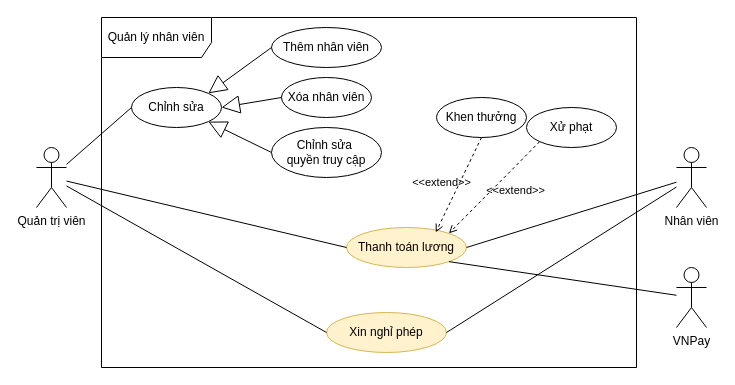
dvhAoU1374/IT3120-PTTKHT keeps this draw.io diagram as Use Case Diagram/xml/Quản-Lý-Nhân-Viên.drawio. Above is the earlier version. Source tidied: cells renumbered, new cells numbered last; positions are measured from the earlier drawing's top-left corner, leaving out a move shared by most shapes. Both pictures are drawn from the tidied source at 100%, with x=0, y=0 at pixel (36, 17).
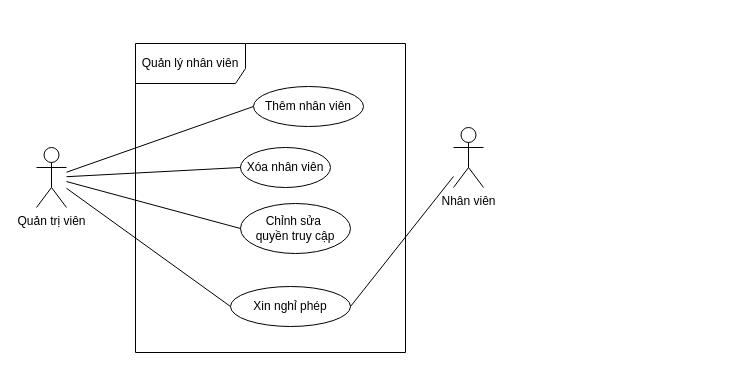
The same page after the edit.

Unchanged cells that the change refers to:
```xml
<mxCell id="16" value="Quản trị viên" style="shape=umlActor;verticalLabelPosition=bottom;verticalAlign=top;html=1;" parent="1" vertex="1">
  <mxGeometry y="130" width="30" height="60" as="geometry" />
</mxCell>
```

The edit, as a diff of the source:
```diff
@@
     <mxCell id="2" value="Quản lý nhân viên" style="shape=umlFrame;whiteSpace=wrap;html=1;width=110;height=40;" parent="1" vertex="1">
-      <mxGeometry x="65" width="535" height="350" as="geometry" />
+      <mxGeometry x="99" y="26" width="270" height="309" as="geometry" />
     </mxCell>
-    <mxCell id="3" value="Chỉnh sửa" style="ellipse;whiteSpace=wrap;html=1;" parent="2" vertex="1">
-      <mxGeometry x="30" y="70" width="90" height="40" as="geometry" />
-    </mxCell>
     <mxCell id="4" value="Thêm&amp;nbsp;&lt;span style=&quot;background-color: transparent; color: light-dark(rgb(0, 0, 0), rgb(255, 255, 255));&quot;&gt;nhân viên&lt;/span&gt;" style="ellipse;whiteSpace=wrap;html=1;" parent="2" vertex="1">
-      <mxGeometry x="170" y="10" width="110" height="40" as="geometry" />
+      <mxGeometry x="118" y="43" width="110" height="40" as="geometry" />
     </mxCell>
     <mxCell id="5" value="Xóa nhân viên" style="ellipse;whiteSpace=wrap;html=1;" parent="2" vertex="1">
-      <mxGeometry x="180" y="60" width="90" height="40" as="geometry" />
+      <mxGeometry x="105" y="104" width="90" height="40" as="geometry" />
     </mxCell>
     <mxCell id="6" value="Chỉnh sửa&amp;nbsp;&lt;div&gt;quyền truy cập&lt;/div&gt;" style="ellipse;whiteSpace=wrap;html=1;" parent="2" vertex="1">
-      <mxGeometry x="170" y="110" width="110" height="50" as="geometry" />
+      <mxGeometry x="105" y="160" width="110" height="50" as="geometry" />
     </mxCell>
-    <mxCell id="7" style="endArrow=block;endSize=16;endFill=0;html=1;rounded=0;exitX=0;exitY=0.5;exitDx=0;exitDy=0;entryX=1;entryY=1;entryDx=0;entryDy=0;" parent="2" edge="1" source="6" target="3">
-      <mxGeometry relative="1" as="geometry" />
-    </mxCell>
-    <mxCell id="8" style="endArrow=block;endSize=16;endFill=0;html=1;rounded=0;exitX=0;exitY=0.5;exitDx=0;exitDy=0;entryX=1;entryY=0.5;entryDx=0;entryDy=0;" parent="2" edge="1" source="5" target="3">
-      <mxGeometry relative="1" as="geometry" />
-    </mxCell>
-    <mxCell id="9" style="endArrow=block;endSize=16;endFill=0;html=1;rounded=0;exitX=0;exitY=0.5;exitDx=0;exitDy=0;entryX=1;entryY=0;entryDx=0;entryDy=0;" parent="2" edge="1" source="4" target="3">
-      <mxGeometry relative="1" as="geometry" />
-    </mxCell>
-    <mxCell id="10" value="Thanh toán lương" style="ellipse;whiteSpace=wrap;html=1;fillColor=#fff2cc;strokeColor=#d6b656;" parent="2" vertex="1">
-      <mxGeometry x="245" y="210" width="120" height="40" as="geometry" />
-    </mxCell>
-    <mxCell id="11" value="Xin nghỉ phép" style="ellipse;whiteSpace=wrap;html=1;fillColor=#fff2cc;strokeColor=#d6b656;" parent="2" vertex="1">
-      <mxGeometry x="225" y="295" width="120" height="40" as="geometry" />
+    <mxCell id="11" value="Xin nghỉ phép" style="ellipse;whiteSpace=wrap;html=1;" parent="2" vertex="1">
+      <mxGeometry x="95" y="243" width="120" height="40" as="geometry" />
     </mxCell>
-    <mxCell id="12" value="Khen thưởng" style="ellipse;whiteSpace=wrap;html=1;" parent="2" vertex="1">
-      <mxGeometry x="335" y="80" width="90" height="40" as="geometry" />
-    </mxCell>
-    <mxCell id="13" value="Xử phạt" style="ellipse;whiteSpace=wrap;html=1;" parent="2" vertex="1">
-      <mxGeometry x="425" y="90" width="90" height="40" as="geometry" />
-    </mxCell>
-    <mxCell id="14" value="&amp;lt;&amp;lt;extend&amp;gt;&amp;gt;" style="html=1;verticalAlign=bottom;labelBackgroundColor=none;endArrow=open;endFill=0;dashed=1;rounded=0;entryX=0.744;entryY=0.121;entryDx=0;entryDy=0;exitX=0.5;exitY=1;exitDx=0;exitDy=0;entryPerimeter=0;" parent="2" edge="1" source="12" target="10">
-      <mxGeometry x="0.25" y="-13" relative="1" as="geometry" />
-    </mxCell>
-    <mxCell id="15" value="&amp;lt;&amp;lt;extend&amp;gt;&amp;gt;" style="html=1;verticalAlign=bottom;labelBackgroundColor=none;endArrow=open;endFill=0;dashed=1;rounded=0;exitX=0;exitY=1;exitDx=0;exitDy=0;entryX=1;entryY=0;entryDx=0;entryDy=0;" parent="2" edge="1" source="13" target="10">
-      <mxGeometry x="-0.1" y="24" relative="1" as="geometry" />
-    </mxCell>
@@
     <mxCell id="17" value="Nhân viên" style="shape=umlActor;verticalLabelPosition=bottom;verticalAlign=top;html=1;" parent="1" vertex="1">
-      <mxGeometry x="640" y="130" width="30" height="60" as="geometry" />
+      <mxGeometry x="417" y="110" width="30" height="60" as="geometry" />
     </mxCell>
@@
-    <mxCell id="20" style="endArrow=none;html=1;rounded=0;exitX=0;exitY=0.5;exitDx=0;exitDy=0;" parent="1" edge="1" source="10" target="16">
-      <mxGeometry relative="1" as="geometry" />
-    </mxCell>
-    <mxCell id="21" style="endArrow=none;html=1;rounded=0;entryX=1;entryY=0.5;entryDx=0;entryDy=0;" parent="1" edge="1" source="17" target="10">
-      <mxGeometry relative="1" as="geometry" />
-    </mxCell>
-    <mxCell id="22" style="endArrow=none;html=1;rounded=0;exitX=0;exitY=0.5;exitDx=0;exitDy=0;" parent="1" edge="1" source="3" target="16">
+    <mxCell id="22" style="endArrow=none;html=1;rounded=0;exitX=0;exitY=0.5;exitDx=0;exitDy=0;" parent="1" edge="1" source="4" target="16">
       <mxGeometry relative="1" as="geometry" />
     </mxCell>
-    <mxCell id="23" value="VNPay&lt;div&gt;&lt;br&gt;&lt;/div&gt;" style="shape=umlActor;verticalLabelPosition=bottom;verticalAlign=top;html=1;" parent="1" vertex="1">
-      <mxGeometry x="640" y="250" width="30" height="60" as="geometry" />
-    </mxCell>
-    <mxCell id="24" style="endArrow=none;html=1;rounded=0;entryX=1;entryY=1;entryDx=0;entryDy=0;" parent="1" edge="1" source="23" target="10">
-      <mxGeometry relative="1" as="geometry" />
-    </mxCell>
+    <mxCell id="25" style="endArrow=none;html=1;rounded=0;exitX=0;exitY=0.5;exitDx=0;exitDy=0;" parent="1" edge="1" source="5" target="16">
+      <mxGeometry relative="1" as="geometry" />
+    </mxCell>
+    <mxCell id="26" style="endArrow=none;html=1;rounded=0;exitX=0;exitY=0.5;exitDx=0;exitDy=0;" parent="1" edge="1" source="6" target="16">
+      <mxGeometry relative="1" as="geometry" />
+    </mxCell>
```
